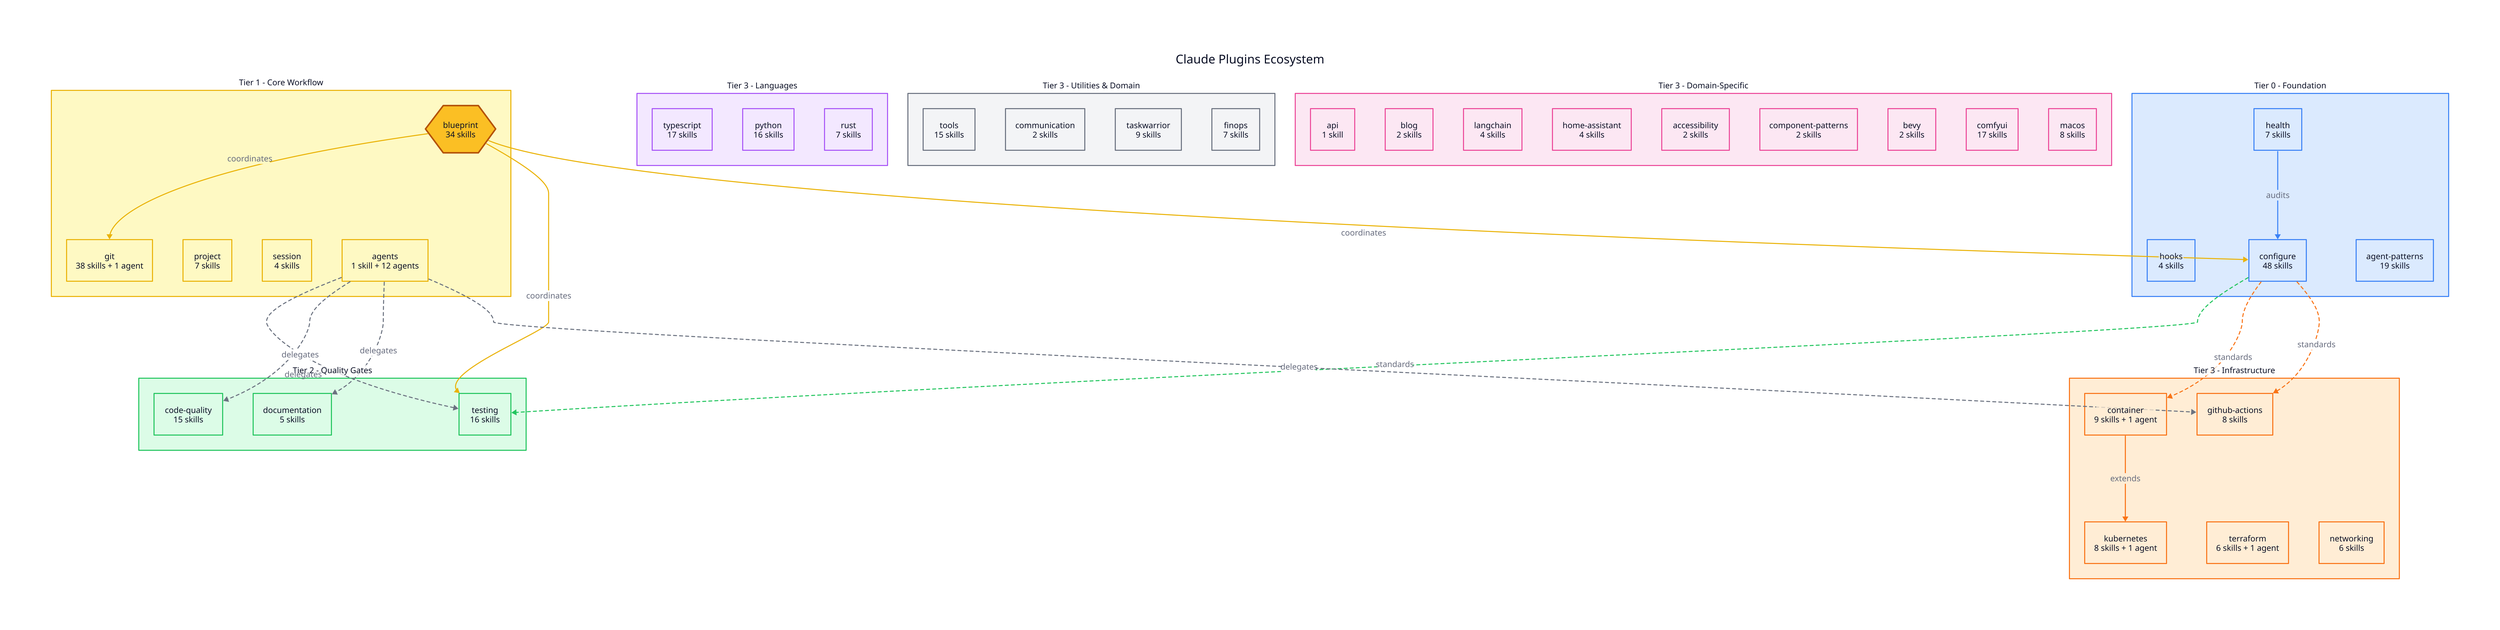
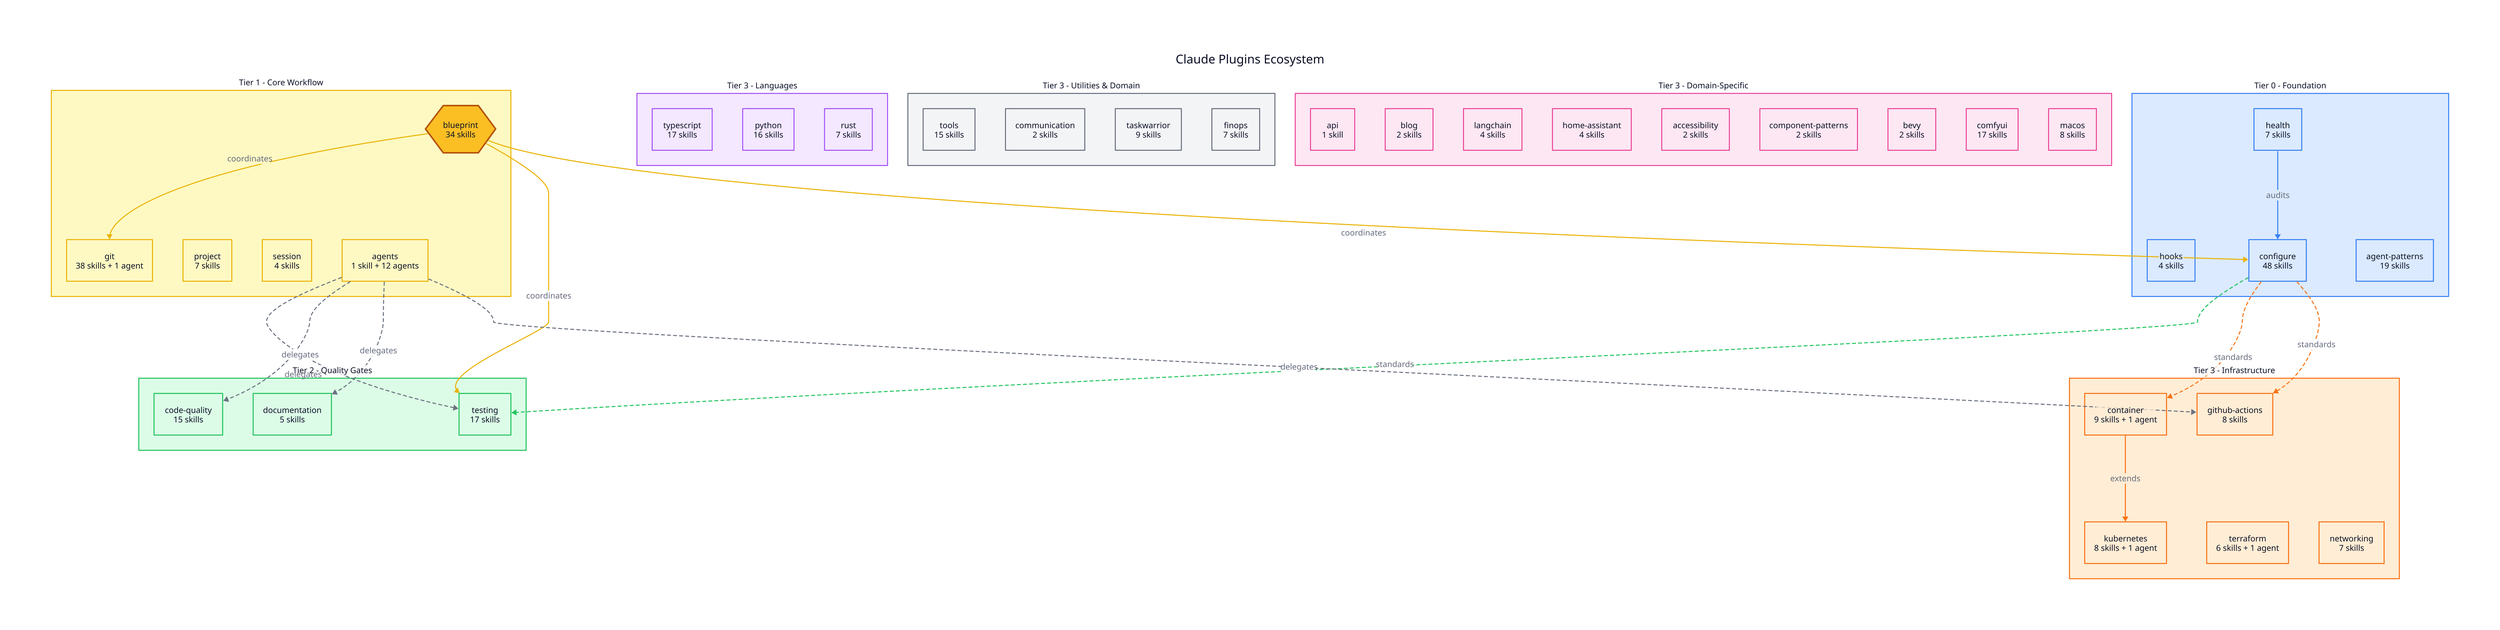
direction: down

title: "Claude Plugins Ecosystem" {
  near: top-center
  shape: text
  style: {
    font-size: 24
    bold: true
  }
}

# === CLASSES ===
classes: {
  foundation: {
    style.fill: "#dbeafe"
    style.stroke: "#3b82f6"
  }
  core: {
    style.fill: "#fef9c3"
    style.stroke: "#eab308"
  }
  quality: {
    style.fill: "#dcfce7"
    style.stroke: "#22c55e"
  }
  language: {
    style.fill: "#f3e8ff"
    style.stroke: "#a855f7"
  }
  infra: {
    style.fill: "#ffedd5"
    style.stroke: "#f97316"
  }
  utility: {
    style.fill: "#f3f4f6"
    style.stroke: "#6b7280"
  }
  domain: {
    style.fill: "#fce7f3"
    style.stroke: "#ec4899"
  }
}

# === TIER 0: FOUNDATION ===
foundation: {
  label: "Tier 0 - Foundation"
  class: foundation
  style.font-size: 16
  style.bold: true

  health: {
    label: "health\n7 skills"
    shape: rectangle
    class: foundation
  }
  hooks: {
    label: "hooks\n4 skills"
    shape: rectangle
    class: foundation
  }
  configure: {
    label: "configure\n48 skills"
    shape: rectangle
    class: foundation
  }
  agent-patterns: {
    label: "agent-patterns\n19 skills"
    shape: rectangle
    class: foundation
  }
}

# === TIER 1: CORE WORKFLOW ===
core: {
  label: "Tier 1 - Core Workflow"
  class: core
  style.font-size: 16
  style.bold: true

  blueprint: {
    label: "blueprint\n34 skills"
    shape: hexagon
    style.fill: "#fbbf24"
    style.stroke: "#b45309"
    style.stroke-width: 3
  }
  git: {
    label: "git\n38 skills + 1 agent"
    shape: rectangle
    class: core
  }
  project: {
    label: "project\n7 skills"
    shape: rectangle
    class: core
  }
  session: {
    label: "session\n4 skills"
    shape: rectangle
    class: core
  }
  agents: {
    label: "agents\n1 skill + 12 agents"
    shape: rectangle
    class: core
  }
}

# === TIER 2: QUALITY GATES ===
quality: {
  label: "Tier 2 - Quality Gates"
  class: quality
  style.font-size: 16
  style.bold: true

  testing: {
-     label: "testing\n16 skills"
+     label: "testing\n17 skills"
    shape: rectangle
    class: quality
  }
  code-quality: {
    label: "code-quality\n15 skills"
    shape: rectangle
    class: quality
  }
  documentation: {
    label: "documentation\n5 skills"
    shape: rectangle
    class: quality
  }
}

# === TIER 3: LANGUAGE ===
language: {
  label: "Tier 3 - Languages"
  class: language
  style.font-size: 16
  style.bold: true

  typescript: {
    label: "typescript\n17 skills"
    shape: rectangle
    class: language
  }
  python: {
    label: "python\n16 skills"
    shape: rectangle
    class: language
  }
  rust: {
    label: "rust\n7 skills"
    shape: rectangle
    class: language
  }
}

# === TIER 3: INFRASTRUCTURE ===
infra: {
  label: "Tier 3 - Infrastructure"
  class: infra
  style.font-size: 16
  style.bold: true

  container: {
    label: "container\n9 skills + 1 agent"
    shape: rectangle
    class: infra
  }
  kubernetes: {
    label: "kubernetes\n8 skills + 1 agent"
    shape: rectangle
    class: infra
  }
  terraform: {
    label: "terraform\n6 skills + 1 agent"
    shape: rectangle
    class: infra
  }
  github-actions: {
    label: "github-actions\n8 skills"
    shape: rectangle
    class: infra
  }
  networking: {
-     label: "networking\n6 skills"
+     label: "networking\n7 skills"
    shape: rectangle
    class: infra
  }
}

# === TIER 3: UTILITIES & DOMAIN ===
utilities: {
  label: "Tier 3 - Utilities & Domain"
  class: utility
  style.font-size: 16
  style.bold: true

  tools: {
    label: "tools\n15 skills"
    shape: rectangle
    class: utility
  }
  communication: {
    label: "communication\n2 skills"
    shape: rectangle
    class: utility
  }
  taskwarrior: {
    label: "taskwarrior\n9 skills"
    shape: rectangle
    class: utility
  }
  finops: {
    label: "finops\n7 skills"
    shape: rectangle
    class: utility
  }
}

domain: {
  label: "Tier 3 - Domain-Specific"
  class: domain
  style.font-size: 16
  style.bold: true

  api: {
    label: "api\n1 skill"
    shape: rectangle
    class: domain
  }
  blog: {
    label: "blog\n2 skills"
    shape: rectangle
    class: domain
  }
  langchain: {
    label: "langchain\n4 skills"
    shape: rectangle
    class: domain
  }
  home-assistant: {
    label: "home-assistant\n4 skills"
    shape: rectangle
    class: domain
  }
  accessibility: {
    label: "accessibility\n2 skills"
    shape: rectangle
    class: domain
  }
  component-patterns: {
    label: "component-patterns\n2 skills"
    shape: rectangle
    class: domain
  }
  bevy: {
    label: "bevy\n2 skills"
    shape: rectangle
    class: domain
  }
  comfyui: {
    label: "comfyui\n17 skills"
    shape: rectangle
    class: domain
  }
  macos: {
    label: "macos\n8 skills"
    shape: rectangle
    class: domain
  }
}

# === RELATIONSHIPS ===

# Foundation flows
foundation.health -> foundation.configure: "audits" {
  style.stroke: "#3b82f6"
}

# Configure provides standards for
foundation.configure -> quality.testing: "standards" {
  style.stroke: "#22c55e"
  style.stroke-dash: 3
}
foundation.configure -> infra.container: "standards" {
  style.stroke: "#f97316"
  style.stroke-dash: 3
}
foundation.configure -> infra.github-actions: "standards" {
  style.stroke: "#f97316"
  style.stroke-dash: 3
}

# Blueprint coordinates
core.blueprint -> core.git: "coordinates" {
  style.stroke: "#eab308"
}
core.blueprint -> quality.testing: "coordinates" {
  style.stroke: "#eab308"
}
core.blueprint -> foundation.configure: "coordinates" {
  style.stroke: "#eab308"
}

# Agents delegate to
core.agents -> quality.testing: "delegates" {
  style.stroke: "#6b7280"
  style.stroke-dash: 3
}
core.agents -> quality.code-quality: "delegates" {
  style.stroke: "#6b7280"
  style.stroke-dash: 3
}
core.agents -> quality.documentation: "delegates" {
  style.stroke: "#6b7280"
  style.stroke-dash: 3
}
core.agents -> infra.github-actions: "delegates" {
  style.stroke: "#6b7280"
  style.stroke-dash: 3
}

# Infrastructure extends
infra.container -> infra.kubernetes: "extends" {
  style.stroke: "#f97316"
}
